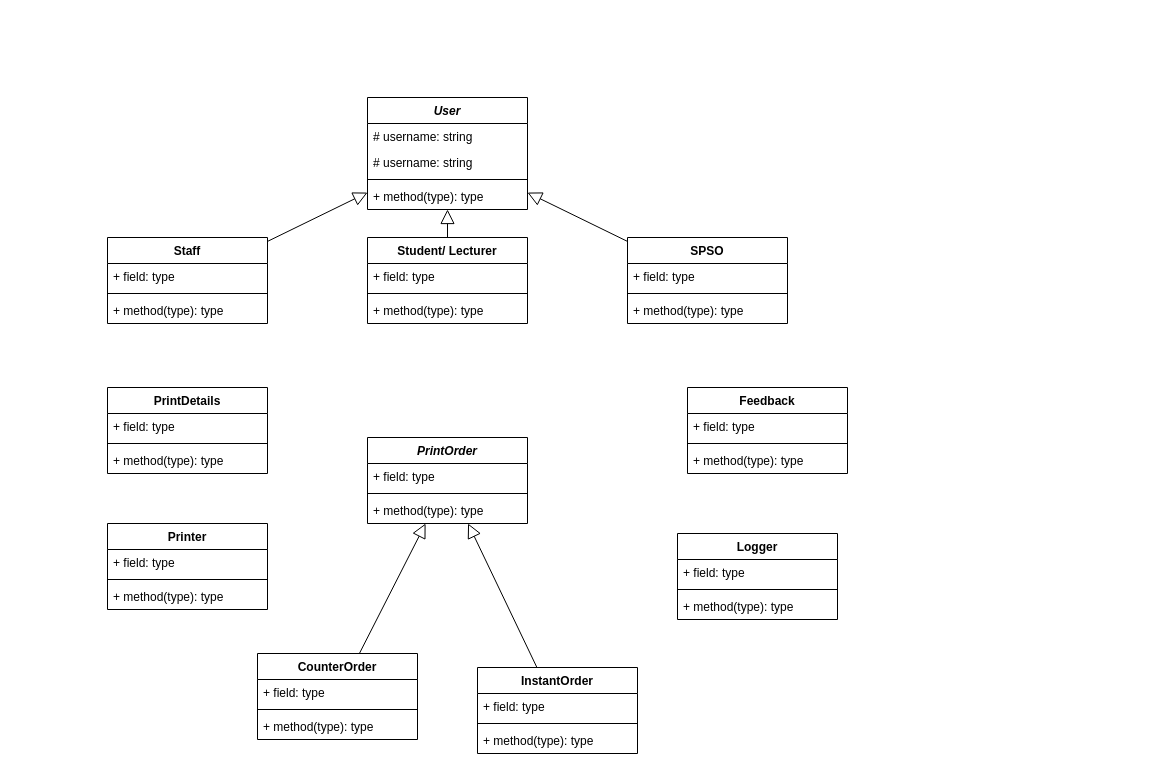
The draw.io diagram test-spss-class-diagram.drawio in blueonline07/auth-demo, before the edit. Source tidied: cells renumbered, new cells numbered last; positions are measured from the earlier drawing's top-left corner, leaving out a move shared by most shapes. Both pictures are drawn from the tidied source at 100%, with x=0, y=0 at pixel (107, 97).
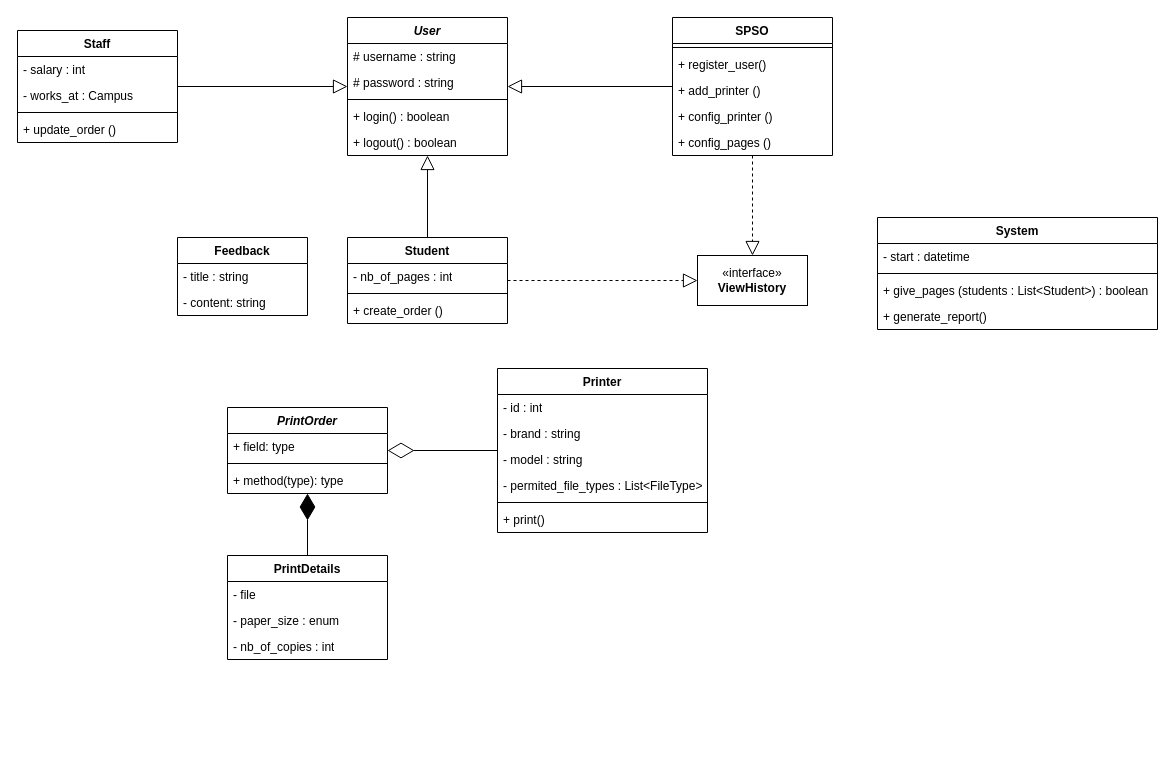
The same diagram, later.

Diff of the diagram source:
```diff
@@
     <mxCell id="2" value="&lt;i&gt;User&lt;/i&gt;" style="swimlane;fontStyle=1;align=center;verticalAlign=top;horizontal=1;startSize=26;whiteSpace=wrap;html=1;" parent="1" vertex="1">
-      <mxGeometry x="260" width="160" height="112" as="geometry" />
+      <mxGeometry x="240" y="-80" width="160" height="138" as="geometry" />
     </mxCell>
-    <mxCell id="3" value="# username: string" style="text;strokeColor=none;fillColor=none;align=left;verticalAlign=top;spacingLeft=4;spacingRight=4;overflow=hidden;whiteSpace=wrap;html=1;" parent="2" vertex="1">
+    <mxCell id="3" value="# username : string" style="text;strokeColor=none;fillColor=none;align=left;verticalAlign=top;spacingLeft=4;spacingRight=4;overflow=hidden;whiteSpace=wrap;html=1;" parent="2" vertex="1">
       <mxGeometry y="26" width="160" height="26" as="geometry" />
     </mxCell>
-    <mxCell id="4" value="# username: string" style="text;strokeColor=none;fillColor=none;align=left;verticalAlign=top;spacingLeft=4;spacingRight=4;overflow=hidden;whiteSpace=wrap;html=1;" parent="2" vertex="1">
+    <mxCell id="4" value="# password : string" style="text;strokeColor=none;fillColor=none;align=left;verticalAlign=top;spacingLeft=4;spacingRight=4;overflow=hidden;whiteSpace=wrap;html=1;" parent="2" vertex="1">
       <mxGeometry y="52" width="160" height="26" as="geometry" />
     </mxCell>
@@
-    <mxCell id="6" value="+ method(type): type" style="text;strokeColor=none;fillColor=none;align=left;verticalAlign=top;spacingLeft=4;spacingRight=4;overflow=hidden;whiteSpace=wrap;html=1;" parent="2" vertex="1">
+    <mxCell id="6" value="+ login() : boolean" style="text;strokeColor=none;fillColor=none;align=left;verticalAlign=top;spacingLeft=4;spacingRight=4;overflow=hidden;whiteSpace=wrap;html=1;" parent="2" vertex="1">
       <mxGeometry y="86" width="160" height="26" as="geometry" />
     </mxCell>
+    <mxCell id="48" style="edgeStyle=none;html=1;endSize=12;endArrow=block;endFill=0;rounded=0;" parent="2" edge="1" source="52" target="2">
+      <mxGeometry relative="1" as="geometry" />
+    </mxCell>
+    <mxCell id="52" value="+ logout() : boolean" style="text;strokeColor=none;fillColor=none;align=left;verticalAlign=top;spacingLeft=4;spacingRight=4;overflow=hidden;points=[[0,0.5],[1,0.5]];portConstraint=eastwest;whiteSpace=wrap;html=1;" parent="2" vertex="1">
+      <mxGeometry y="112" width="160" height="26" as="geometry" />
+    </mxCell>
-    <mxCell id="7" value="Student/ Lecturer" style="swimlane;fontStyle=1;align=center;verticalAlign=top;horizontal=1;startSize=26;whiteSpace=wrap;html=1;" parent="1" vertex="1">
-      <mxGeometry x="260" y="140" width="160" height="86" as="geometry" />
+    <mxCell id="7" value="Student" style="swimlane;fontStyle=1;align=center;verticalAlign=top;horizontal=1;startSize=26;whiteSpace=wrap;html=1;" parent="1" vertex="1">
+      <mxGeometry x="240" y="140" width="160" height="86" as="geometry" />
     </mxCell>
-    <mxCell id="8" value="+ field: type" style="text;strokeColor=none;fillColor=none;align=left;verticalAlign=top;spacingLeft=4;spacingRight=4;overflow=hidden;whiteSpace=wrap;html=1;" parent="7" vertex="1">
+    <mxCell id="8" value="- nb_of_pages : int" style="text;strokeColor=none;fillColor=none;align=left;verticalAlign=top;spacingLeft=4;spacingRight=4;overflow=hidden;whiteSpace=wrap;html=1;" parent="7" vertex="1">
       <mxGeometry y="26" width="160" height="26" as="geometry" />
     </mxCell>
@@
-    <mxCell id="10" value="+ method(type): type" style="text;strokeColor=none;fillColor=none;align=left;verticalAlign=top;spacingLeft=4;spacingRight=4;overflow=hidden;whiteSpace=wrap;html=1;" parent="7" vertex="1">
+    <mxCell id="10" value="+ create_order ()" style="text;strokeColor=none;fillColor=none;align=left;verticalAlign=top;spacingLeft=4;spacingRight=4;overflow=hidden;whiteSpace=wrap;html=1;" parent="7" vertex="1">
       <mxGeometry y="60" width="160" height="26" as="geometry" />
     </mxCell>
     <mxCell id="11" value="Staff" style="swimlane;fontStyle=1;align=center;verticalAlign=top;horizontal=1;startSize=26;whiteSpace=wrap;html=1;" parent="1" vertex="1">
-      <mxGeometry y="140" width="160" height="86" as="geometry" />
+      <mxGeometry x="-90" y="-67" width="160" height="112" as="geometry" />
     </mxCell>
-    <mxCell id="12" value="+ field: type" style="text;strokeColor=none;fillColor=none;align=left;verticalAlign=top;spacingLeft=4;spacingRight=4;overflow=hidden;whiteSpace=wrap;html=1;" parent="11" vertex="1">
+    <mxCell id="12" value="- salary : int" style="text;strokeColor=none;fillColor=none;align=left;verticalAlign=top;spacingLeft=4;spacingRight=4;overflow=hidden;whiteSpace=wrap;html=1;" parent="11" vertex="1">
       <mxGeometry y="26" width="160" height="26" as="geometry" />
     </mxCell>
+    <mxCell id="53" value="- works_at : Campus" style="text;strokeColor=none;fillColor=none;align=left;verticalAlign=top;spacingLeft=4;spacingRight=4;overflow=hidden;whiteSpace=wrap;html=1;" parent="11" vertex="1">
+      <mxGeometry y="52" width="160" height="26" as="geometry" />
+    </mxCell>
     <mxCell id="13" style="line;strokeWidth=1;fillColor=none;align=left;verticalAlign=middle;spacingTop=-1;spacingLeft=3;spacingRight=3;labelPosition=right;strokeColor=inherit;" parent="11" vertex="1">
-      <mxGeometry y="52" width="160" height="8" as="geometry" />
+      <mxGeometry y="78" width="160" height="8" as="geometry" />
     </mxCell>
-    <mxCell id="14" value="+ method(type): type" style="text;strokeColor=none;fillColor=none;align=left;verticalAlign=top;spacingLeft=4;spacingRight=4;overflow=hidden;whiteSpace=wrap;html=1;" parent="11" vertex="1">
-      <mxGeometry y="60" width="160" height="26" as="geometry" />
+    <mxCell id="14" value="+ update_order ()" style="text;strokeColor=none;fillColor=none;align=left;verticalAlign=top;spacingLeft=4;spacingRight=4;overflow=hidden;whiteSpace=wrap;html=1;" parent="11" vertex="1">
+      <mxGeometry y="86" width="160" height="26" as="geometry" />
     </mxCell>
     <mxCell id="15" value="SPSO" style="swimlane;fontStyle=1;align=center;verticalAlign=top;horizontal=1;startSize=26;whiteSpace=wrap;html=1;" parent="1" vertex="1">
-      <mxGeometry x="520" y="140" width="160" height="86" as="geometry" />
+      <mxGeometry x="565" y="-80" width="160" height="138" as="geometry" />
     </mxCell>
-    <mxCell id="16" value="+ field: type" style="text;strokeColor=none;fillColor=none;align=left;verticalAlign=top;spacingLeft=4;spacingRight=4;overflow=hidden;whiteSpace=wrap;html=1;" parent="15" vertex="1">
-      <mxGeometry y="26" width="160" height="26" as="geometry" />
-    </mxCell>
     <mxCell id="17" style="line;strokeWidth=1;fillColor=none;align=left;verticalAlign=middle;spacingTop=-1;spacingLeft=3;spacingRight=3;labelPosition=right;strokeColor=inherit;" parent="15" vertex="1">
-      <mxGeometry y="52" width="160" height="8" as="geometry" />
+      <mxGeometry y="26" width="160" height="8" as="geometry" />
     </mxCell>
-    <mxCell id="18" value="+ method(type): type" style="text;strokeColor=none;fillColor=none;align=left;verticalAlign=top;spacingLeft=4;spacingRight=4;overflow=hidden;whiteSpace=wrap;html=1;" parent="15" vertex="1">
-      <mxGeometry y="60" width="160" height="26" as="geometry" />
+    <mxCell id="18" value="+ register_user()" style="text;strokeColor=none;fillColor=none;align=left;verticalAlign=top;spacingLeft=4;spacingRight=4;overflow=hidden;whiteSpace=wrap;html=1;" parent="15" vertex="1">
+      <mxGeometry y="34" width="160" height="26" as="geometry" />
     </mxCell>
+    <mxCell id="54" value="+ add_printer ()" style="text;strokeColor=none;fillColor=none;align=left;verticalAlign=top;spacingLeft=4;spacingRight=4;overflow=hidden;whiteSpace=wrap;html=1;" parent="15" vertex="1">
+      <mxGeometry y="60" width="160" height="26" as="geometry" />
+    </mxCell>
+    <mxCell id="55" value="+ config_printer ()" style="text;strokeColor=none;fillColor=none;align=left;verticalAlign=top;spacingLeft=4;spacingRight=4;overflow=hidden;whiteSpace=wrap;html=1;" parent="15" vertex="1">
+      <mxGeometry y="86" width="160" height="26" as="geometry" />
+    </mxCell>
+    <mxCell id="56" value="+ config_pages ()" style="text;strokeColor=none;fillColor=none;align=left;verticalAlign=top;spacingLeft=4;spacingRight=4;overflow=hidden;whiteSpace=wrap;html=1;" parent="15" vertex="1">
+      <mxGeometry y="112" width="160" height="26" as="geometry" />
+    </mxCell>
     <mxCell id="19" value="&lt;i&gt;PrintOrder&lt;/i&gt;" style="swimlane;fontStyle=1;align=center;verticalAlign=top;horizontal=1;startSize=26;whiteSpace=wrap;html=1;" parent="1" vertex="1">
-      <mxGeometry x="260" y="340" width="160" height="86" as="geometry" />
+      <mxGeometry x="120" y="310" width="160" height="86" as="geometry" />
     </mxCell>
@@
     <mxCell id="23" value="Printer" style="swimlane;fontStyle=1;align=center;verticalAlign=top;horizontal=1;startSize=26;whiteSpace=wrap;html=1;" parent="1" vertex="1">
-      <mxGeometry y="426" width="160" height="86" as="geometry" />
+      <mxGeometry x="390" y="271" width="210" height="164" as="geometry" />
     </mxCell>
-    <mxCell id="24" value="+ field: type" style="text;strokeColor=none;fillColor=none;align=left;verticalAlign=top;spacingLeft=4;spacingRight=4;overflow=hidden;whiteSpace=wrap;html=1;" parent="23" vertex="1">
-      <mxGeometry y="26" width="160" height="26" as="geometry" />
+    <mxCell id="24" value="- id : int" style="text;strokeColor=none;fillColor=none;align=left;verticalAlign=top;spacingLeft=4;spacingRight=4;overflow=hidden;whiteSpace=wrap;html=1;" parent="23" vertex="1">
+      <mxGeometry y="26" width="210" height="26" as="geometry" />
     </mxCell>
+    <mxCell id="57" value="- brand : string" style="text;strokeColor=none;fillColor=none;align=left;verticalAlign=top;spacingLeft=4;spacingRight=4;overflow=hidden;whiteSpace=wrap;html=1;" parent="23" vertex="1">
+      <mxGeometry y="52" width="210" height="26" as="geometry" />
+    </mxCell>
+    <mxCell id="58" value="- model : string" style="text;strokeColor=none;fillColor=none;align=left;verticalAlign=top;spacingLeft=4;spacingRight=4;overflow=hidden;whiteSpace=wrap;html=1;" parent="23" vertex="1">
+      <mxGeometry y="78" width="210" height="26" as="geometry" />
+    </mxCell>
+    <mxCell id="59" value="- permited_file_types : List&amp;lt;FileType&amp;gt;" style="text;strokeColor=none;fillColor=none;align=left;verticalAlign=top;spacingLeft=4;spacingRight=4;overflow=hidden;whiteSpace=wrap;html=1;" parent="23" vertex="1">
+      <mxGeometry y="104" width="210" height="26" as="geometry" />
+    </mxCell>
     <mxCell id="25" style="line;strokeWidth=1;fillColor=none;align=left;verticalAlign=middle;spacingTop=-1;spacingLeft=3;spacingRight=3;labelPosition=right;strokeColor=inherit;" parent="23" vertex="1">
-      <mxGeometry y="52" width="160" height="8" as="geometry" />
+      <mxGeometry y="130" width="210" height="8" as="geometry" />
     </mxCell>
-    <mxCell id="26" value="+ method(type): type" style="text;strokeColor=none;fillColor=none;align=left;verticalAlign=top;spacingLeft=4;spacingRight=4;overflow=hidden;whiteSpace=wrap;html=1;" parent="23" vertex="1">
-      <mxGeometry y="60" width="160" height="26" as="geometry" />
+    <mxCell id="26" value="+ print()" style="text;strokeColor=none;fillColor=none;align=left;verticalAlign=top;spacingLeft=4;spacingRight=4;overflow=hidden;whiteSpace=wrap;html=1;" parent="23" vertex="1">
+      <mxGeometry y="138" width="210" height="26" as="geometry" />
     </mxCell>
-    <mxCell id="27" value="Logger" style="swimlane;fontStyle=1;align=center;verticalAlign=top;horizontal=1;startSize=26;whiteSpace=wrap;html=1;" parent="1" vertex="1">
-      <mxGeometry x="570" y="436" width="160" height="86" as="geometry" />
-    </mxCell>
-    <mxCell id="28" value="+ field: type" style="text;strokeColor=none;fillColor=none;align=left;verticalAlign=top;spacingLeft=4;spacingRight=4;overflow=hidden;whiteSpace=wrap;html=1;" parent="27" vertex="1">
-      <mxGeometry y="26" width="160" height="26" as="geometry" />
-    </mxCell>
-    <mxCell id="29" style="line;strokeWidth=1;fillColor=none;align=left;verticalAlign=middle;spacingTop=-1;spacingLeft=3;spacingRight=3;labelPosition=right;strokeColor=inherit;" parent="27" vertex="1">
-      <mxGeometry y="52" width="160" height="8" as="geometry" />
-    </mxCell>
-    <mxCell id="30" value="+ method(type): type" style="text;strokeColor=none;fillColor=none;align=left;verticalAlign=top;spacingLeft=4;spacingRight=4;overflow=hidden;whiteSpace=wrap;html=1;" parent="27" vertex="1">
-      <mxGeometry y="60" width="160" height="26" as="geometry" />
-    </mxCell>
     <mxCell id="31" value="PrintDetails" style="swimlane;fontStyle=1;align=center;verticalAlign=top;horizontal=1;startSize=26;whiteSpace=wrap;html=1;" parent="1" vertex="1">
-      <mxGeometry y="290" width="160" height="86" as="geometry" />
+      <mxGeometry x="120" y="458" width="160" height="104" as="geometry" />
     </mxCell>
-    <mxCell id="32" value="+ field: type" style="text;strokeColor=none;fillColor=none;align=left;verticalAlign=top;spacingLeft=4;spacingRight=4;overflow=hidden;whiteSpace=wrap;html=1;" parent="31" vertex="1">
+    <mxCell id="32" value="- file" style="text;strokeColor=none;fillColor=none;align=left;verticalAlign=top;spacingLeft=4;spacingRight=4;overflow=hidden;whiteSpace=wrap;html=1;" parent="31" vertex="1">
       <mxGeometry y="26" width="160" height="26" as="geometry" />
     </mxCell>
-    <mxCell id="33" style="line;strokeWidth=1;fillColor=none;align=left;verticalAlign=middle;spacingTop=-1;spacingLeft=3;spacingRight=3;labelPosition=right;strokeColor=inherit;" parent="31" vertex="1">
-      <mxGeometry y="52" width="160" height="8" as="geometry" />
-    </mxCell>
-    <mxCell id="34" value="+ method(type): type" style="text;strokeColor=none;fillColor=none;align=left;verticalAlign=top;spacingLeft=4;spacingRight=4;overflow=hidden;whiteSpace=wrap;html=1;" parent="31" vertex="1">
-      <mxGeometry y="60" width="160" height="26" as="geometry" />
-    </mxCell>
-    <mxCell id="35" value="CounterOrder" style="swimlane;fontStyle=1;align=center;verticalAlign=top;horizontal=1;startSize=26;whiteSpace=wrap;html=1;" parent="1" vertex="1">
-      <mxGeometry x="150" y="556" width="160" height="86" as="geometry" />
-    </mxCell>
-    <mxCell id="36" value="+ field: type" style="text;strokeColor=none;fillColor=none;align=left;verticalAlign=top;spacingLeft=4;spacingRight=4;overflow=hidden;whiteSpace=wrap;html=1;" parent="35" vertex="1">
-      <mxGeometry y="26" width="160" height="26" as="geometry" />
-    </mxCell>
-    <mxCell id="37" style="line;strokeWidth=1;fillColor=none;align=left;verticalAlign=middle;spacingTop=-1;spacingLeft=3;spacingRight=3;labelPosition=right;strokeColor=inherit;" parent="35" vertex="1">
-      <mxGeometry y="52" width="160" height="8" as="geometry" />
-    </mxCell>
-    <mxCell id="38" value="+ method(type): type" style="text;strokeColor=none;fillColor=none;align=left;verticalAlign=top;spacingLeft=4;spacingRight=4;overflow=hidden;whiteSpace=wrap;html=1;" parent="35" vertex="1">
-      <mxGeometry y="60" width="160" height="26" as="geometry" />
-    </mxCell>
-    <mxCell id="39" value="InstantOrder" style="swimlane;fontStyle=1;align=center;verticalAlign=top;horizontal=1;startSize=26;whiteSpace=wrap;html=1;" parent="1" vertex="1">
-      <mxGeometry x="370" y="570" width="160" height="86" as="geometry" />
-    </mxCell>
-    <mxCell id="40" value="+ field: type" style="text;strokeColor=none;fillColor=none;align=left;verticalAlign=top;spacingLeft=4;spacingRight=4;overflow=hidden;whiteSpace=wrap;html=1;" parent="39" vertex="1">
-      <mxGeometry y="26" width="160" height="26" as="geometry" />
-    </mxCell>
-    <mxCell id="41" style="line;strokeWidth=1;fillColor=none;align=left;verticalAlign=middle;spacingTop=-1;spacingLeft=3;spacingRight=3;labelPosition=right;strokeColor=inherit;" parent="39" vertex="1">
-      <mxGeometry y="52" width="160" height="8" as="geometry" />
-    </mxCell>
-    <mxCell id="42" value="+ method(type): type" style="text;strokeColor=none;fillColor=none;align=left;verticalAlign=top;spacingLeft=4;spacingRight=4;overflow=hidden;whiteSpace=wrap;html=1;" parent="39" vertex="1">
-      <mxGeometry y="60" width="160" height="26" as="geometry" />
-    </mxCell>
+    <mxCell id="60" value="- paper_size : enum" style="text;strokeColor=none;fillColor=none;align=left;verticalAlign=top;spacingLeft=4;spacingRight=4;overflow=hidden;whiteSpace=wrap;html=1;" parent="31" vertex="1">
+      <mxGeometry y="52" width="160" height="26" as="geometry" />
+    </mxCell>
+    <mxCell id="61" value="- nb_of_copies : int" style="text;strokeColor=none;fillColor=none;align=left;verticalAlign=top;spacingLeft=4;spacingRight=4;overflow=hidden;whiteSpace=wrap;html=1;" parent="31" vertex="1">
+      <mxGeometry y="78" width="160" height="26" as="geometry" />
+    </mxCell>
     <mxCell id="43" value="Feedback" style="swimlane;fontStyle=1;align=center;verticalAlign=top;horizontal=1;startSize=26;whiteSpace=wrap;html=1;" parent="1" vertex="1">
-      <mxGeometry x="580" y="290" width="160" height="86" as="geometry" />
+      <mxGeometry x="70" y="140" width="130" height="78" as="geometry" />
     </mxCell>
-    <mxCell id="44" value="+ field: type" style="text;strokeColor=none;fillColor=none;align=left;verticalAlign=top;spacingLeft=4;spacingRight=4;overflow=hidden;whiteSpace=wrap;html=1;" parent="43" vertex="1">
-      <mxGeometry y="26" width="160" height="26" as="geometry" />
+    <mxCell id="44" value="- title : string" style="text;strokeColor=none;fillColor=none;align=left;verticalAlign=top;spacingLeft=4;spacingRight=4;overflow=hidden;whiteSpace=wrap;html=1;" parent="43" vertex="1">
+      <mxGeometry y="26" width="130" height="26" as="geometry" />
     </mxCell>
-    <mxCell id="45" style="line;strokeWidth=1;fillColor=none;align=left;verticalAlign=middle;spacingTop=-1;spacingLeft=3;spacingRight=3;labelPosition=right;strokeColor=inherit;" parent="43" vertex="1">
-      <mxGeometry y="52" width="160" height="8" as="geometry" />
-    </mxCell>
-    <mxCell id="46" value="+ method(type): type" style="text;strokeColor=none;fillColor=none;align=left;verticalAlign=top;spacingLeft=4;spacingRight=4;overflow=hidden;whiteSpace=wrap;html=1;" parent="43" vertex="1">
-      <mxGeometry y="60" width="160" height="26" as="geometry" />
-    </mxCell>
+    <mxCell id="62" value="- content: string" style="text;strokeColor=none;fillColor=none;align=left;verticalAlign=top;spacingLeft=4;spacingRight=4;overflow=hidden;whiteSpace=wrap;html=1;" parent="43" vertex="1">
+      <mxGeometry y="52" width="130" height="26" as="geometry" />
+    </mxCell>
@@
-    <mxCell id="48" style="edgeStyle=none;html=1;endSize=12;endArrow=block;endFill=0;rounded=0;" parent="1" edge="1" source="7" target="2">
-      <mxGeometry relative="1" as="geometry" />
-    </mxCell>
@@
-    <mxCell id="50" style="edgeStyle=none;html=1;endSize=12;endArrow=block;endFill=0;rounded=0;" parent="1" edge="1" source="35" target="19">
-      <mxGeometry relative="1" as="geometry" />
-    </mxCell>
-    <mxCell id="51" style="edgeStyle=none;html=1;endSize=12;endArrow=block;endFill=0;rounded=0;" parent="1" edge="1" source="39" target="19">
-      <mxGeometry relative="1" as="geometry" />
-    </mxCell>
+    <mxCell id="63" style="edgeStyle=none;html=1;endSize=12;endArrow=block;endFill=0;rounded=0;" parent="1" edge="1" source="7" target="52">
+      <mxGeometry relative="1" as="geometry" />
+    </mxCell>
+    <mxCell id="64" style="endArrow=diamondThin;endFill=1;endSize=24;html=1;rounded=0;" parent="1" edge="1" source="31" target="19">
+      <mxGeometry relative="1" as="geometry" />
+    </mxCell>
+    <mxCell id="65" style="endArrow=diamondThin;endFill=0;endSize=24;html=1;rounded=0;" parent="1" edge="1" source="23" target="19">
+      <mxGeometry relative="1" as="geometry" />
+    </mxCell>
+    <mxCell id="66" value="«interface»&lt;br&gt;&lt;b&gt;ViewHistory&lt;/b&gt;" style="html=1;whiteSpace=wrap;" parent="1" vertex="1">
+      <mxGeometry x="590" y="158" width="110" height="50" as="geometry" />
+    </mxCell>
+    <mxCell id="67" value="System" style="swimlane;fontStyle=1;align=center;verticalAlign=top;horizontal=1;startSize=26;whiteSpace=wrap;html=1;" parent="1" vertex="1">
+      <mxGeometry x="770" y="120" width="280" height="112" as="geometry" />
+    </mxCell>
+    <mxCell id="68" value="- start : datetime" style="text;strokeColor=none;fillColor=none;align=left;verticalAlign=top;spacingLeft=4;spacingRight=4;overflow=hidden;whiteSpace=wrap;html=1;" parent="67" vertex="1">
+      <mxGeometry y="26" width="280" height="26" as="geometry" />
+    </mxCell>
+    <mxCell id="69" style="line;strokeWidth=1;fillColor=none;align=left;verticalAlign=middle;spacingTop=-1;spacingLeft=3;spacingRight=3;labelPosition=right;strokeColor=inherit;" parent="67" vertex="1">
+      <mxGeometry y="52" width="280" height="8" as="geometry" />
+    </mxCell>
+    <mxCell id="70" value="+ give_pages (students : List&amp;lt;Student&amp;gt;) : boolean" style="text;strokeColor=none;fillColor=none;align=left;verticalAlign=top;spacingLeft=4;spacingRight=4;overflow=hidden;whiteSpace=wrap;html=1;" parent="67" vertex="1">
+      <mxGeometry y="60" width="280" height="26" as="geometry" />
+    </mxCell>
+    <mxCell id="71" value="+ generate_report()" style="text;strokeColor=none;fillColor=none;align=left;verticalAlign=top;spacingLeft=4;spacingRight=4;overflow=hidden;whiteSpace=wrap;html=1;" parent="67" vertex="1">
+      <mxGeometry y="86" width="280" height="26" as="geometry" />
+    </mxCell>
+    <mxCell id="72" style="endArrow=block;dashed=1;endFill=0;endSize=12;html=1;rounded=0;" parent="1" edge="1" source="7" target="66">
+      <mxGeometry relative="1" as="geometry" />
+    </mxCell>
+    <mxCell id="73" style="endArrow=block;dashed=1;endFill=0;endSize=12;html=1;rounded=0;" parent="1" edge="1" source="15" target="66">
+      <mxGeometry relative="1" as="geometry" />
+    </mxCell>
```
